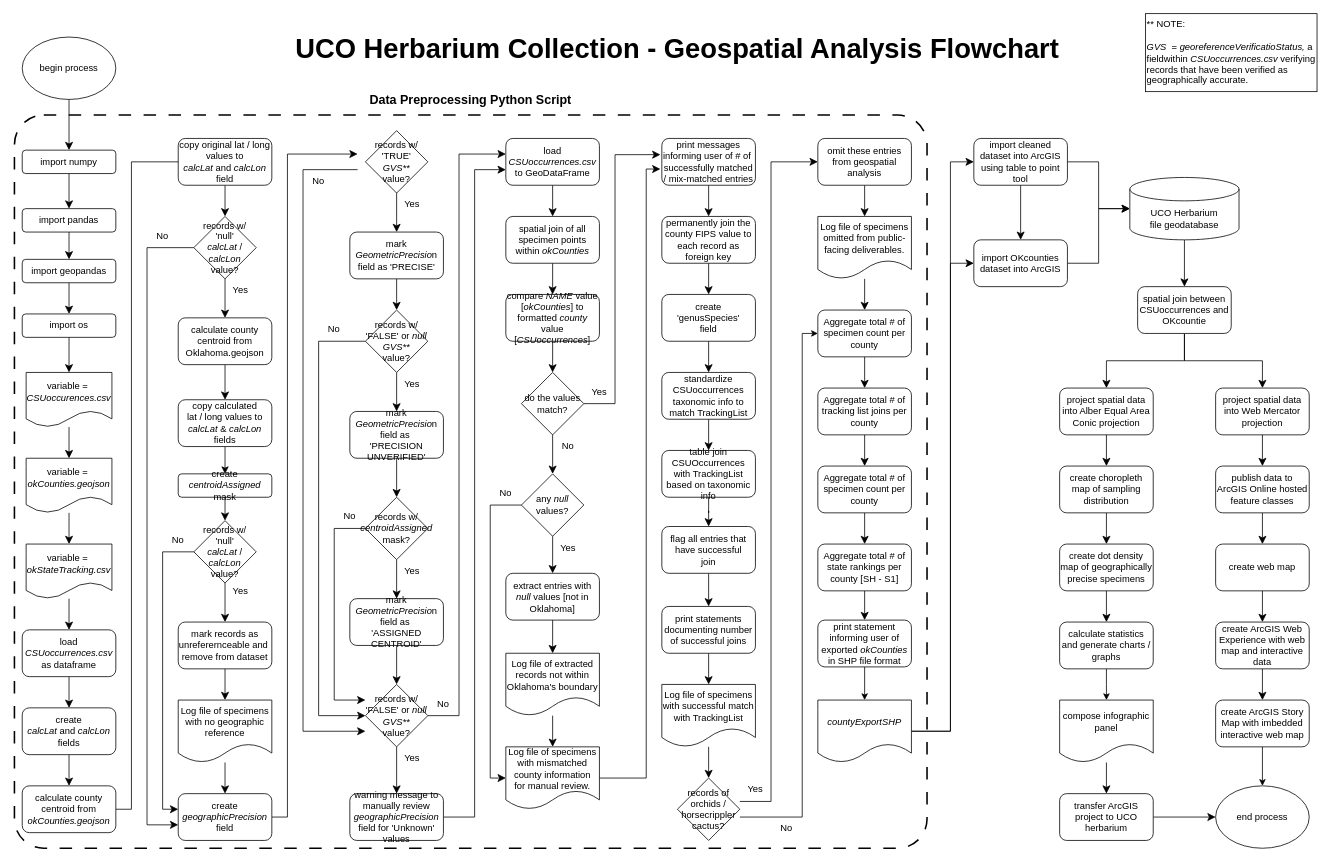
Earlier version of the draw.io diagram docs/wrightCapstoneFlowchart.drawio (Mwright710788/CapstoneFiles). Source tidied: cells renumbered, new cells numbered last; positions are measured from the earlier drawing's top-left corner, leaving out a move shared by most shapes. Both pictures are drawn from the tidied source at 78%, with x=0, y=0 at pixel (14, 13).
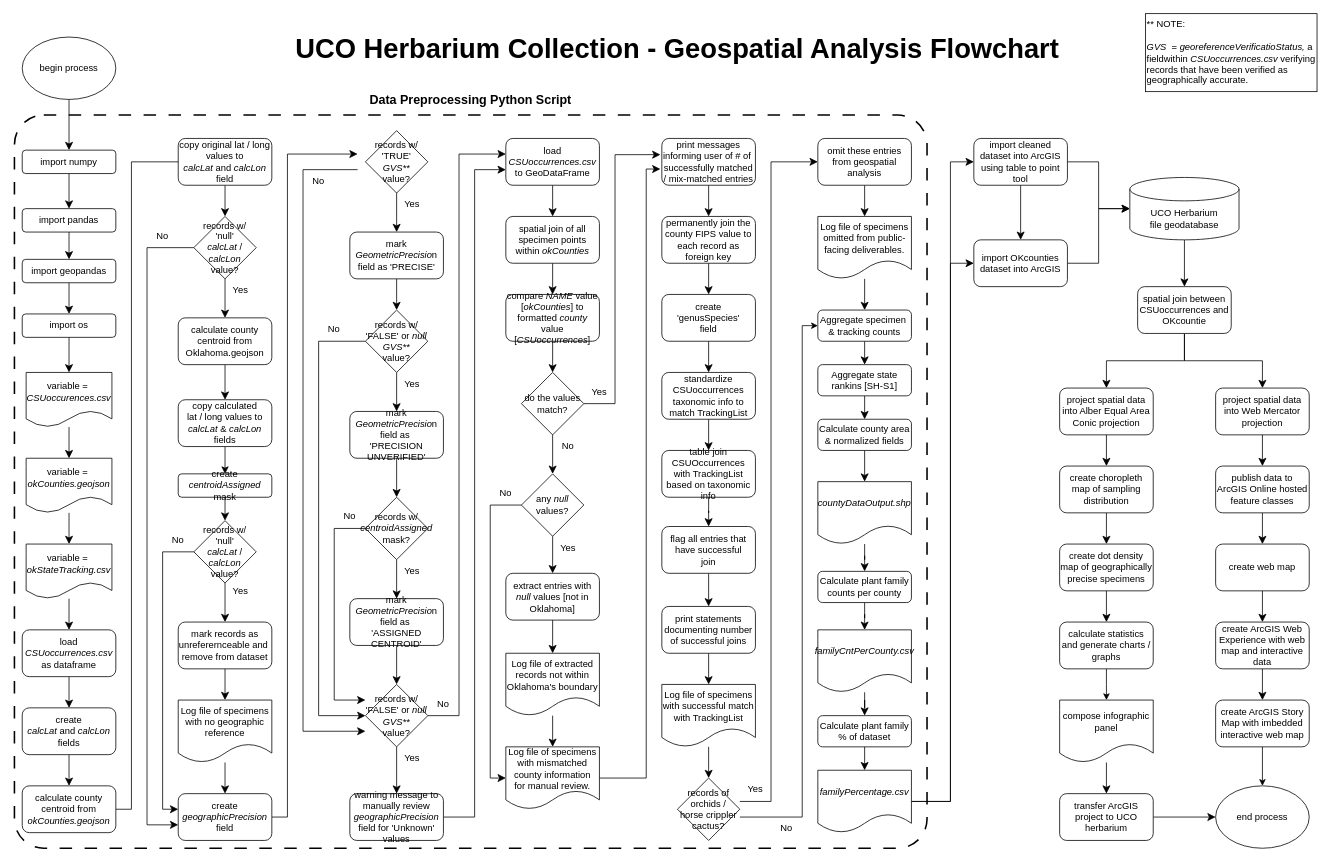
The same page after the edit.

Unchanged cells that the change refers to:
```xml
<mxCell id="55" value="&lt;div&gt;import cleaned dataset into ArcGIS&lt;/div&gt;&lt;div&gt;using table to point tool&lt;/div&gt;" style="rounded=1;whiteSpace=wrap;html=1;" parent="1" vertex="1">
  <mxGeometry x="1230" y="160" width="120" height="60" as="geometry" />
</mxCell>
<mxCell id="57" value="&lt;div&gt;import OKcounties dataset into ArcGIS&lt;/div&gt;" style="rounded=1;whiteSpace=wrap;html=1;" parent="1" vertex="1">
  <mxGeometry x="1230" y="290" width="120" height="60" as="geometry" />
</mxCell>
```

Change to the diagram source:
```diff
@@
-    <mxCell id="20" value="Aggregate total # of specimen count per county" style="rounded=1;whiteSpace=wrap;html=1;" parent="1" vertex="1">
-      <mxGeometry x="1030" y="380" width="120" height="60" as="geometry" />
+    <mxCell id="20" value="Aggregate specimen&amp;nbsp; &amp;amp; tracking counts" style="rounded=1;whiteSpace=wrap;html=1;" parent="1" vertex="1">
+      <mxGeometry x="1030" y="380" width="120" height="40" as="geometry" />
     </mxCell>
@@
     <mxCell id="45" style="edgeStyle=orthogonalEdgeStyle;rounded=0;jettySize=auto;html=1;entryX=0;entryY=0.5;entryDx=0;entryDy=0;" parent="1" edge="1" target="20">
       <mxGeometry relative="1" as="geometry">
         <mxPoint x="930" y="1030" as="sourcePoint" />
         <Array as="points">
-          <mxPoint x="930" y="1030" />
           <mxPoint x="1010" y="1030" />
-          <mxPoint x="1010" y="410" />
+          <mxPoint x="1010" y="400" />
         </Array>
       </mxGeometry>
     </mxCell>
-    <mxCell id="46" value="records of orchids / horsecrippler&lt;br&gt;&lt;div&gt;cactus?&lt;/div&gt;" style="rhombus;whiteSpace=wrap;html=1;" parent="1" vertex="1">
+    <mxCell id="46" value="records of orchids / horse crippler&lt;br&gt;&lt;div&gt;cactus?&lt;/div&gt;" style="rhombus;whiteSpace=wrap;html=1;" parent="1" vertex="1">
       <mxGeometry x="850" y="980" width="80" height="80" as="geometry" />
     </mxCell>
@@
-    <mxCell id="164" value="Aggregate total # of tracking list joins per county" style="rounded=1;whiteSpace=wrap;html=1;" parent="1" vertex="1">
-      <mxGeometry x="1030" y="480" width="120" height="60" as="geometry" />
+    <mxCell id="164" value="Aggregate state rankins [SH-S1]" style="rounded=1;whiteSpace=wrap;html=1;" parent="1" vertex="1">
+      <mxGeometry x="1030" y="450" width="120" height="40" as="geometry" />
     </mxCell>
-    <mxCell id="165" style="edgeStyle=orthogonalEdgeStyle;rounded=0;jettySize=auto;html=1;exitX=0.5;exitY=1;exitDx=0;exitDy=0;entryX=0.5;entryY=0;entryDx=0;entryDy=0;endSize=8;" parent="1" edge="1" source="166" target="168">
-      <mxGeometry relative="1" as="geometry" />
-    </mxCell>
+    <mxCell id="174" style="edgeStyle=orthogonalEdgeStyle;rounded=0;jettySize=auto;html=1;exitX=0.5;exitY=1;exitDx=0;exitDy=0;entryX=0.5;entryY=0;entryDx=0;entryDy=0;endSize=8;" parent="1" edge="1" source="166" target="178">
+      <mxGeometry relative="1" as="geometry" />
+    </mxCell>
-    <mxCell id="166" value="Aggregate total # of specimen count per county" style="rounded=1;whiteSpace=wrap;html=1;" parent="1" vertex="1">
-      <mxGeometry x="1030" y="580" width="120" height="60" as="geometry" />
+    <mxCell id="166" value="Calculate county area &amp;amp; normalized fields" style="rounded=1;whiteSpace=wrap;html=1;" parent="1" vertex="1">
+      <mxGeometry x="1030" y="520" width="120" height="40" as="geometry" />
     </mxCell>
-    <mxCell id="167" style="edgeStyle=orthogonalEdgeStyle;rounded=0;jettySize=auto;html=1;exitX=0.5;exitY=1;exitDx=0;exitDy=0;entryX=0.5;entryY=0;entryDx=0;entryDy=0;endSize=8;" parent="1" edge="1" source="168" target="170">
-      <mxGeometry relative="1" as="geometry" />
-    </mxCell>
-    <mxCell id="168" value="Aggregate total # of state rankings per county [SH - S1]" style="rounded=1;whiteSpace=wrap;html=1;" parent="1" vertex="1">
-      <mxGeometry x="1030" y="680" width="120" height="60" as="geometry" />
-    </mxCell>
-    <mxCell id="169" style="edgeStyle=orthogonalEdgeStyle;rounded=0;jettySize=auto;html=1;exitX=0.5;exitY=1;exitDx=0;exitDy=0;entryX=0.5;entryY=0;entryDx=0;entryDy=0;" parent="1" edge="1" source="170" target="173">
-      <mxGeometry relative="1" as="geometry" />
-    </mxCell>
-    <mxCell id="170" value="print statement informing user of exported &lt;i&gt;okCounties &lt;/i&gt;in SHP file format" style="rounded=1;whiteSpace=wrap;html=1;" parent="1" vertex="1">
-      <mxGeometry x="1030" y="777.5" width="120" height="60" as="geometry" />
-    </mxCell>
     <mxCell id="171" style="edgeStyle=orthogonalEdgeStyle;rounded=0;jettySize=auto;html=1;exitX=1;exitY=0.5;exitDx=0;exitDy=0;entryX=0;entryY=0.5;entryDx=0;entryDy=0;endSize=8;" parent="1" edge="1" source="173" target="55">
       <mxGeometry relative="1" as="geometry">
         <Array as="points">
-          <mxPoint x="1200" y="920" />
+          <mxPoint x="1200" y="1010" />
           <mxPoint x="1200" y="190" />
         </Array>
       </mxGeometry>
     </mxCell>
     <mxCell id="172" style="edgeStyle=orthogonalEdgeStyle;rounded=0;jettySize=auto;html=1;exitX=1;exitY=0.5;exitDx=0;exitDy=0;entryX=0;entryY=0.5;entryDx=0;entryDy=0;endSize=8;" parent="1" edge="1" source="173" target="57">
       <mxGeometry relative="1" as="geometry">
         <Array as="points">
-          <mxPoint x="1200" y="920" />
+          <mxPoint x="1200" y="1010" />
           <mxPoint x="1200" y="320" />
         </Array>
       </mxGeometry>
     </mxCell>
-    <mxCell id="173" value="&lt;div&gt;&lt;i&gt;countyExportSHP&lt;/i&gt;&lt;/div&gt;" style="shape=document;whiteSpace=wrap;html=1;boundedLbl=1;" parent="1" vertex="1">
-      <mxGeometry x="1030" y="880" width="120" height="80" as="geometry" />
+    <mxCell id="173" value="&lt;div&gt;&lt;i&gt;familyPercentage.csv&lt;/i&gt;&lt;/div&gt;" style="shape=document;whiteSpace=wrap;html=1;boundedLbl=1;" parent="1" vertex="1">
+      <mxGeometry x="1030" y="970" width="120" height="80" as="geometry" />
     </mxCell>
+    <mxCell id="175" style="edgeStyle=orthogonalEdgeStyle;rounded=0;jettySize=auto;html=1;entryX=0.5;entryY=0;entryDx=0;entryDy=0;endSize=8;" parent="1" edge="1" source="176" target="182">
+      <mxGeometry relative="1" as="geometry" />
+    </mxCell>
+    <mxCell id="176" value="&lt;div&gt;&lt;i&gt;familyCntPerCounty.csv&lt;/i&gt;&lt;/div&gt;" style="shape=document;whiteSpace=wrap;html=1;boundedLbl=1;" parent="1" vertex="1">
+      <mxGeometry x="1030" y="790" width="120" height="80" as="geometry" />
+    </mxCell>
+    <mxCell id="177" style="edgeStyle=orthogonalEdgeStyle;rounded=0;jettySize=auto;html=1;entryX=0.5;entryY=0;entryDx=0;entryDy=0;endSize=8;" parent="1" edge="1" source="178" target="180">
+      <mxGeometry relative="1" as="geometry" />
+    </mxCell>
+    <mxCell id="178" value="&lt;div&gt;&lt;i&gt;countyDataOutput.shp&lt;/i&gt;&lt;/div&gt;" style="shape=document;whiteSpace=wrap;html=1;boundedLbl=1;" parent="1" vertex="1">
+      <mxGeometry x="1030" y="600" width="120" height="80" as="geometry" />
+    </mxCell>
+    <mxCell id="179" style="edgeStyle=orthogonalEdgeStyle;rounded=0;jettySize=auto;html=1;exitX=0.5;exitY=1;exitDx=0;exitDy=0;endSize=8;" parent="1" edge="1" source="180" target="176">
+      <mxGeometry relative="1" as="geometry" />
+    </mxCell>
+    <mxCell id="180" value="Calculate plant family counts per county" style="rounded=1;whiteSpace=wrap;html=1;" parent="1" vertex="1">
+      <mxGeometry x="1030" y="715" width="120" height="40" as="geometry" />
+    </mxCell>
+    <mxCell id="181" style="edgeStyle=orthogonalEdgeStyle;rounded=0;jettySize=auto;html=1;exitX=0.5;exitY=1;exitDx=0;exitDy=0;entryX=0.5;entryY=0;entryDx=0;entryDy=0;endSize=8;" parent="1" edge="1" source="182" target="173">
+      <mxGeometry relative="1" as="geometry" />
+    </mxCell>
+    <mxCell id="182" value="Calculate plant family % of dataset" style="rounded=1;whiteSpace=wrap;html=1;" parent="1" vertex="1">
+      <mxGeometry x="1030" y="900" width="120" height="40" as="geometry" />
+    </mxCell>
```
